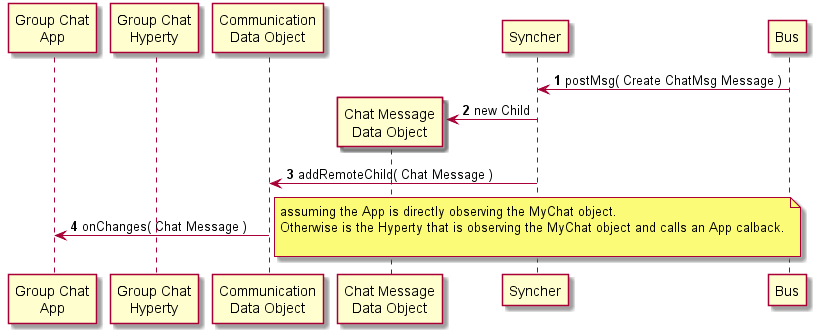
This is docs/hyperties/group-chat/group-chat-receive.png from reTHINK-project/scenario-service-implementation, a PlantUML export, as it was before one commit. Its source is kept beside it as docs/hyperties/group-chat/group-chat-receive.puml.
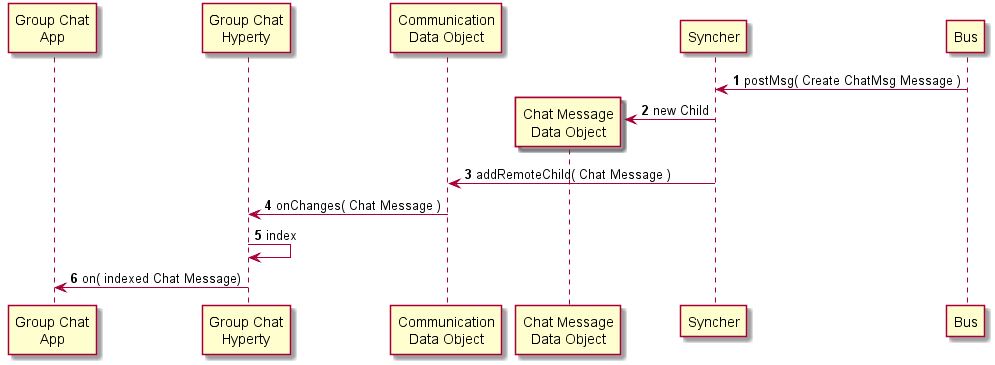
Above is the later version.

Commit message:
new My Context Hyperty added

The edit, as a diff of the source:
```diff
@@ -19,12 +19,11 @@
 
 sync -> myChat : addRemoteChild( Chat Message )
 
-app <-  myChat : onChanges( Chat Message )
+myChatH <- myChat : onChanges( Chat Message )
 
-note right
-  assuming the App is directly observing the MyChat object.
-  Otherwise is the Hyperty that is observing the MyChat object and calls an App calback.
+myChatH <- myChatH : index
 
-end note
+app <- myChatH : on( indexed Chat Message)
+
 
 @enduml
```
